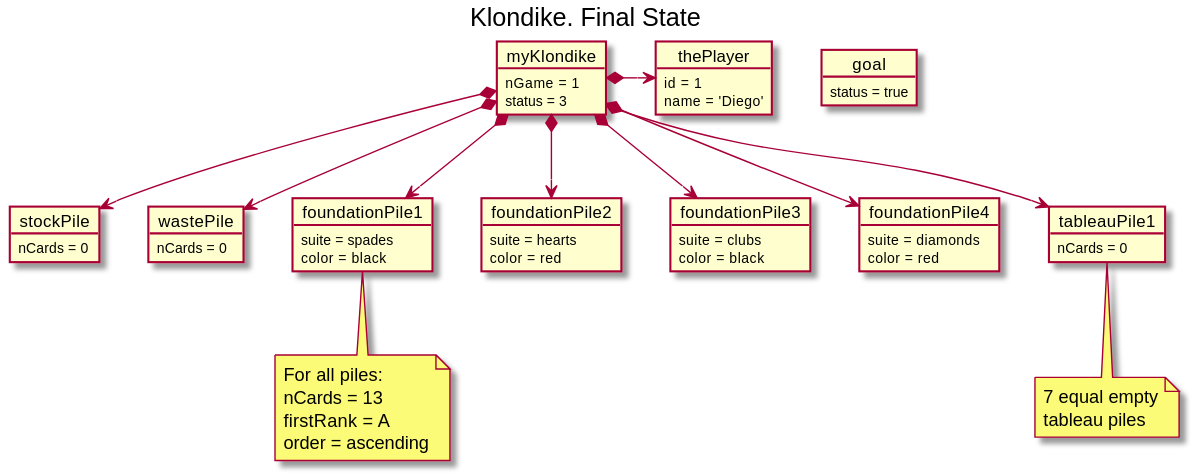
Earlier version of the PlantUML export tech-plantuml/game-klondike/semanaActual/docs/images/klondike--final-state.svg (USantaTecla-ed-mpds/lab-boole). Source of this version:
```plantuml
@startuml klondike--final-state

title Klondike. Final State

object myKlondike {
    nGame = 1
    status = 3
}

object goal {
    status = true
}

object thePlayer {
    id = 1
    name = 'Diego'
}
object stockPile

object stockPile {
    nCards = 0
}
object wastePile {
    nCards = 0
}

object foundationPile1 {
    suite = spades
    color = black
}

note bottom of foundationPile1
    For all piles:
    nCards = 13
    firstRank = A
    order = ascending
end note

object foundationPile2 {
    suite = hearts
    color = red
}
object foundationPile3 {
    suite = clubs
    color = black
}
object foundationPile4 {
    suite = diamonds
    color = red
}

object tableauPile1 {
    nCards = 0
}
note bottom of tableauPile1
    7 equal empty
    tableau piles
end note



myKlondike *-> thePlayer
myKlondike *--> tableauPile1
myKlondike *--> stockPile
myKlondike *--> wastePile

myKlondike *--> foundationPile1
myKlondike *--> foundationPile2
myKlondike *--> foundationPile3
myKlondike *--> foundationPile4



@enduml
```
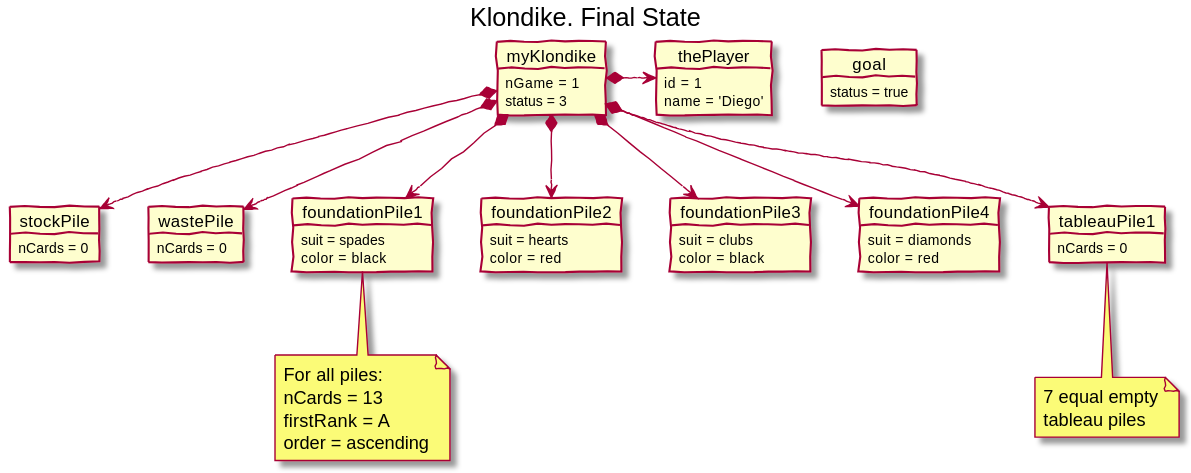
Above is the later version.

Commit message:
Klondike: Update Domain diagrams. Vocabulary, Initial & Final State, and Instructions

What changed in the source:
```diff
@@ -1,4 +1,5 @@
 @startuml klondike--final-state
+skinparam handwritten true
 
 title Klondike. Final State
 
@@ -25,7 +26,7 @@
 }
 
 object foundationPile1 {
-    suite = spades
+    suit = spades
     color = black
 }
 
@@ -37,15 +38,15 @@
 end note
 
 object foundationPile2 {
-    suite = hearts
+    suit = hearts
     color = red
 }
 object foundationPile3 {
-    suite = clubs
+    suit = clubs
     color = black
 }
 object foundationPile4 {
-    suite = diamonds
+    suit = diamonds
     color = red
 }
 
```
